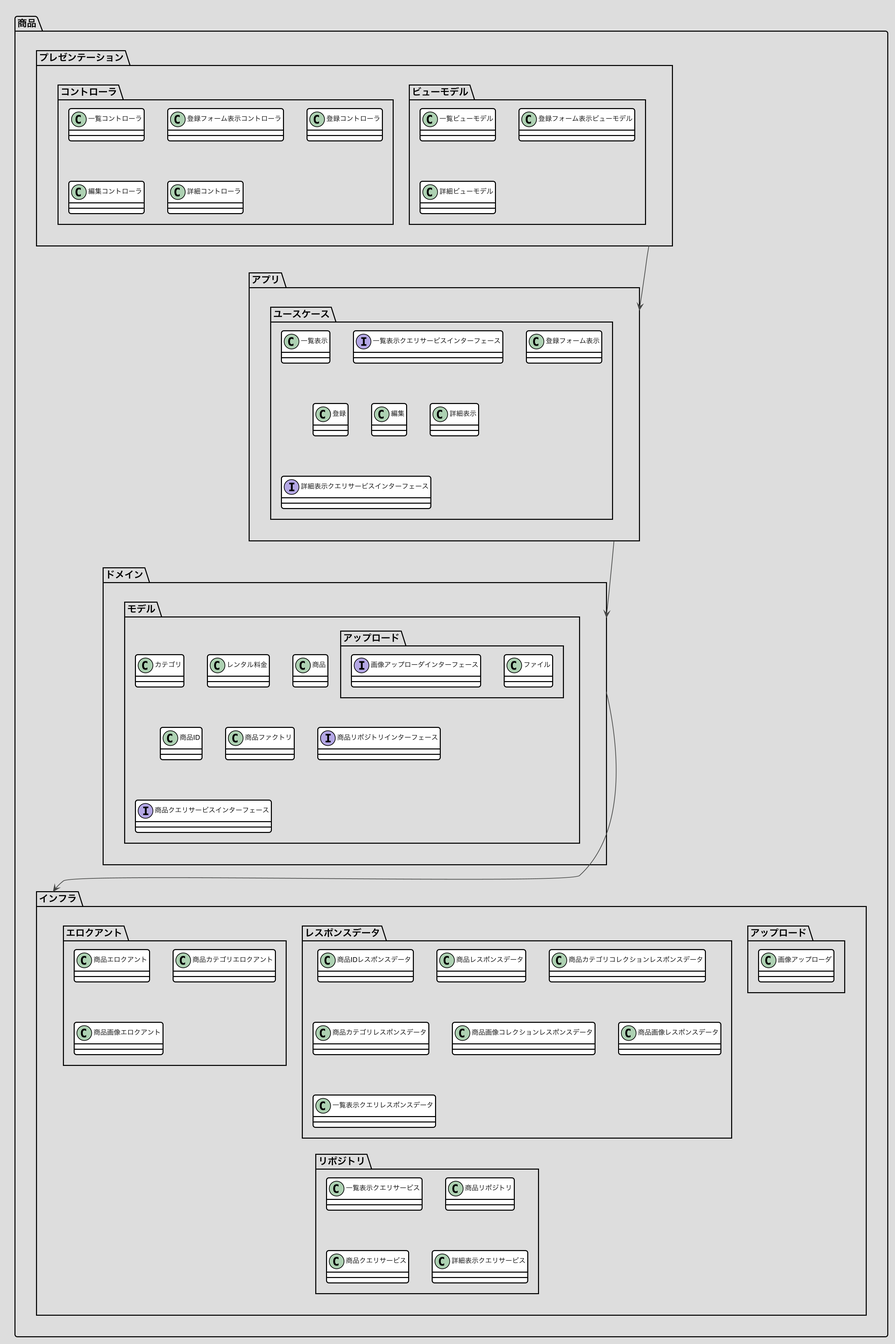
This is docs/画像/商品.png from nomura-kainos/japanese-ddd-sample, a PlantUML export, as it was before one commit.
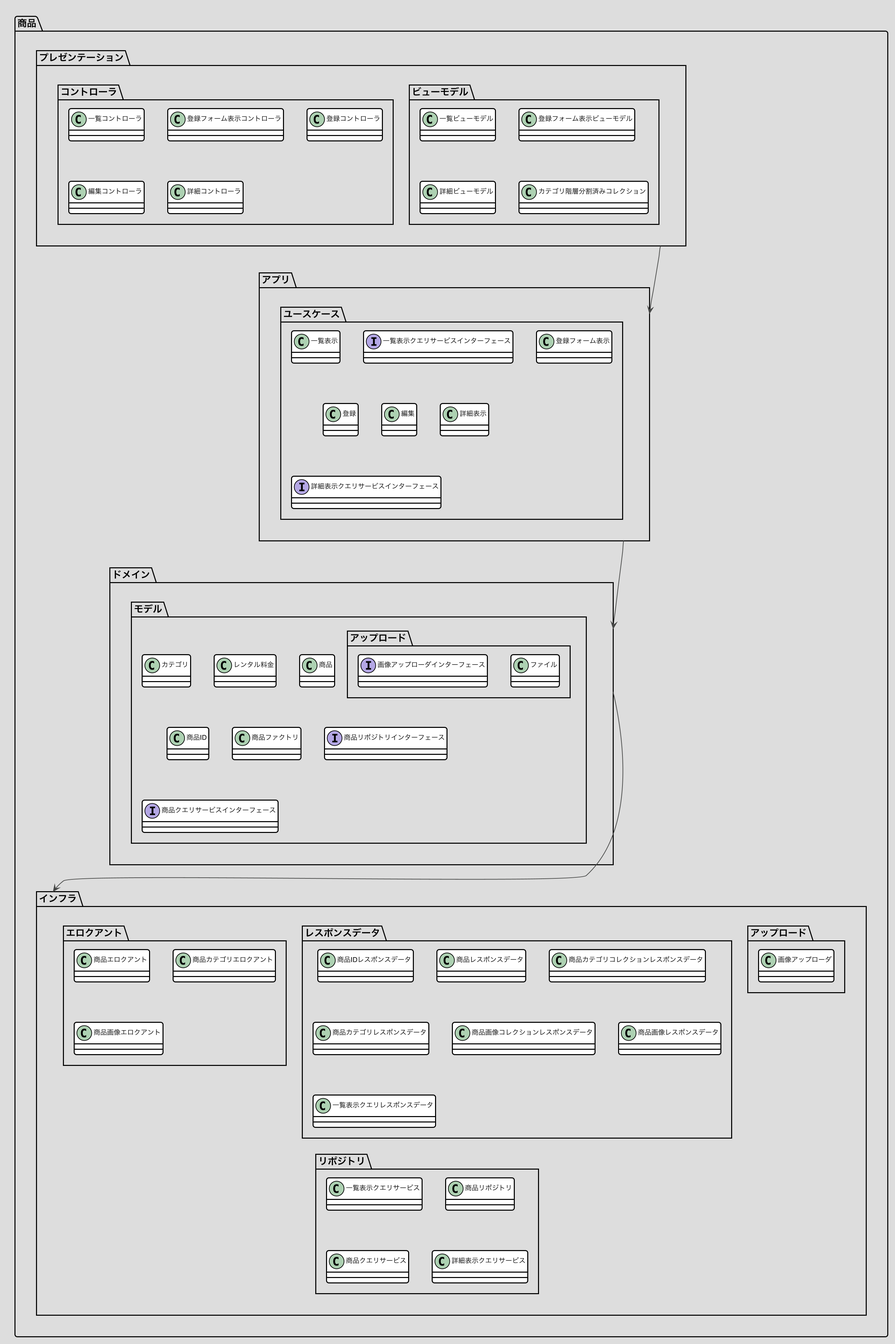
After the change.

Change to the diagram source:
```diff
@@ -60,6 +60,7 @@
    class 一覧ビューモデル
    class 登録フォーム表示ビューモデル
    class 詳細ビューモデル
+   class カテゴリ階層分割済みコレクション
   }
   package コントローラ {
    class 一覧コントローラ
```
